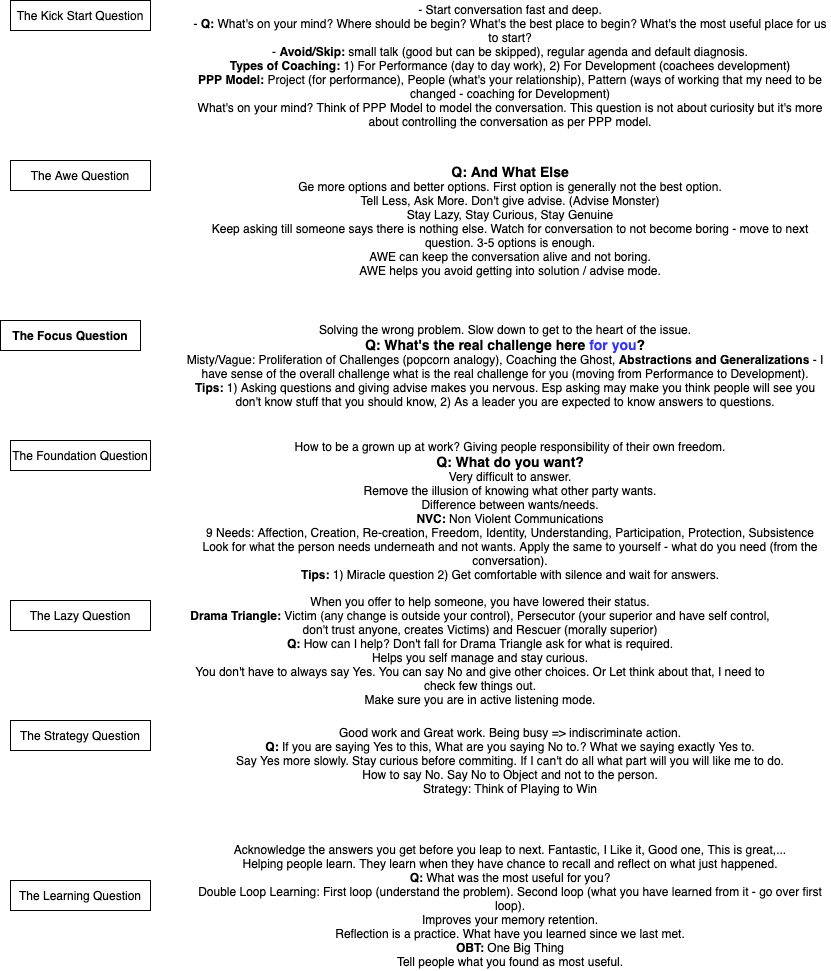
This is coaching/coaching-habbit.xml.png from s-gurjit/diagrams, a draw.io export, as it was before one commit. Source tidied: cells renumbered, new cells last; positions are measured from the earlier drawing's top-left corner, leaving out a move shared by most shapes.
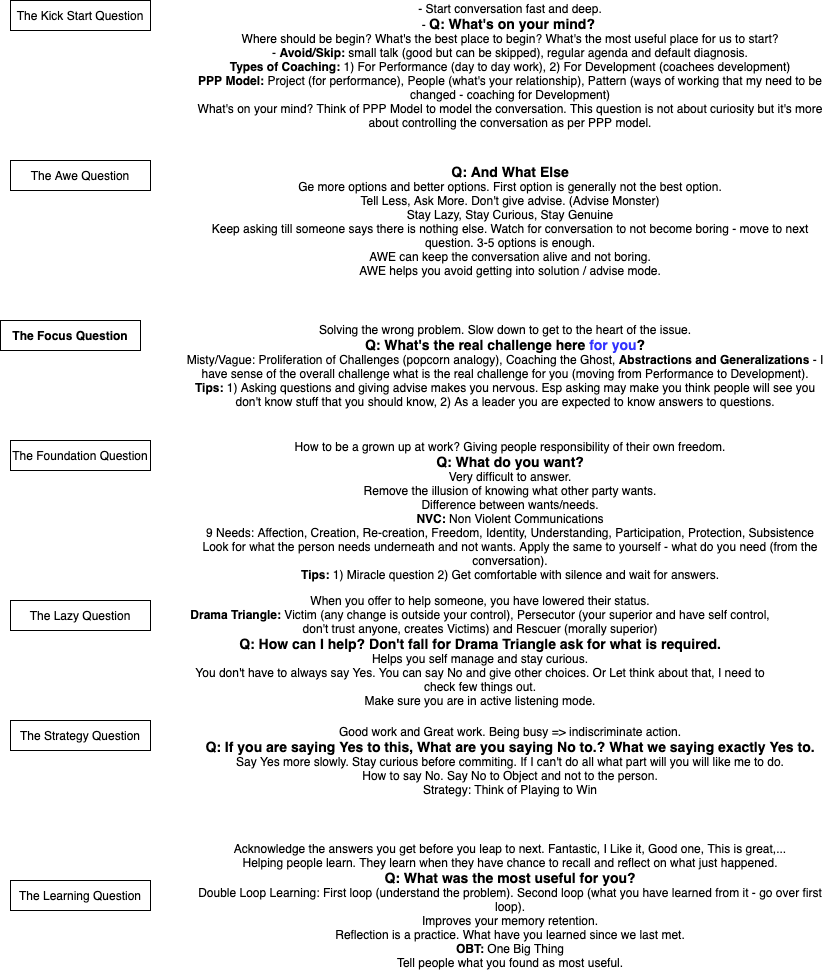
Later version of the same file.

Diff of the diagram source:
```diff
@@ -23,7 +23,7 @@
     <mxCell id="8" value="The Learning Question" style="rounded=0;whiteSpace=wrap;html=1;" parent="1" vertex="1">
       <mxGeometry x="10" y="880" width="140" height="30" as="geometry" />
     </mxCell>
-    <mxCell id="9" value="- Start conversation fast and deep.&lt;br&gt;- &lt;b&gt;Q:&lt;/b&gt;&amp;nbsp;What's on your mind? Where should be begin? What's the best place to begin? What's the most useful place for us to start?&lt;br&gt;- &lt;b&gt;Avoid/Skip: &lt;/b&gt;small talk (good but can be skipped), regular agenda and default diagnosis.&lt;br&gt;&lt;b&gt;Types of Coaching: &lt;/b&gt;1) For Performance (day to day work), 2) For Development (coachees development)&lt;br&gt;&lt;b&gt;PPP Model:&lt;/b&gt;&amp;nbsp;Project (for performance), People (what's your relationship), Pattern (ways of working that my need to be changed - coaching for Development)&lt;br&gt;What's on your mind? Think of PPP Model to model the conversation. This question is not about curiosity but it's more about controlling the conversation as per PPP model." style="text;html=1;strokeColor=none;fillColor=none;align=center;verticalAlign=middle;whiteSpace=wrap;rounded=0;" parent="1" vertex="1">
+    <mxCell id="9" value="- Start conversation fast and deep.&lt;br&gt;- &lt;b style=&quot;font-size: 14px&quot;&gt;Q:&amp;nbsp;What's on your mind?&lt;/b&gt; &lt;br&gt;Where should be begin? What's the best place to begin? What's the most useful place for us to start?&lt;br&gt;- &lt;b&gt;Avoid/Skip: &lt;/b&gt;small talk (good but can be skipped), regular agenda and default diagnosis.&lt;br&gt;&lt;b&gt;Types of Coaching: &lt;/b&gt;1) For Performance (day to day work), 2) For Development (coachees development)&lt;br&gt;&lt;b&gt;PPP Model:&lt;/b&gt;&amp;nbsp;Project (for performance), People (what's your relationship), Pattern (ways of working that my need to be changed - coaching for Development)&lt;br&gt;What's on your mind? Think of PPP Model to model the conversation. This question is not about curiosity but it's more about controlling the conversation as per PPP model." style="text;html=1;strokeColor=none;fillColor=none;align=center;verticalAlign=middle;whiteSpace=wrap;rounded=0;" parent="1" vertex="1">
       <mxGeometry x="190" width="640" height="130" as="geometry" />
     </mxCell>
     <mxCell id="10" value="&lt;font style=&quot;font-size: 14px&quot;&gt;&lt;b&gt;Q:&lt;/b&gt;&amp;nbsp;&lt;/font&gt;&lt;b&gt;&lt;font style=&quot;font-size: 14px&quot;&gt;And What Else&lt;/font&gt;&lt;/b&gt;&lt;br&gt;Ge more options and better options. First option is generally not the best option.&lt;br&gt;Tell Less, Ask More. Don't give advise. (Advise Monster)&lt;br&gt;Stay Lazy, Stay Curious, Stay Genuine&lt;br&gt;Keep asking till someone says there is nothing else. Watch for conversation to not become boring - move to next question. 3-5 options is enough.&lt;br&gt;AWE can keep the conversation alive and not boring.&lt;br&gt;AWE helps you avoid getting into solution / advise mode." style="text;html=1;strokeColor=none;fillColor=none;align=center;verticalAlign=middle;whiteSpace=wrap;rounded=0;" parent="1" vertex="1">
@@ -35,13 +35,13 @@
     <mxCell id="12" value="How to be a grown up at work? Giving people responsibility of their own freedom.&lt;br&gt;&lt;b style=&quot;font-size: 14px&quot;&gt;Q: What do you want?&lt;/b&gt;&lt;br&gt;Very difficult to answer.&lt;br&gt;Remove the illusion of knowing what other party wants.&lt;br&gt;Difference between wants/needs.&lt;br&gt;&lt;b&gt;NVC:&lt;/b&gt;&amp;nbsp;Non Violent Communications&lt;br&gt;9 Needs: Affection, Creation, Re-creation, Freedom, Identity, Understanding, Participation, Protection, Subsistence&lt;br&gt;Look for what the person needs underneath and not wants. Apply the same to yourself - what do you need (from the conversation).&lt;br&gt;&lt;b&gt;Tips:&lt;/b&gt;&amp;nbsp;1) Miracle question 2) Get comfortable with silence and wait for answers." style="text;html=1;strokeColor=none;fillColor=none;align=center;verticalAlign=middle;whiteSpace=wrap;rounded=0;" parent="1" vertex="1">
       <mxGeometry x="190" y="440" width="640" height="140" as="geometry" />
     </mxCell>
-    <mxCell id="13" value="When you offer to help someone, you have lowered their status.&lt;br&gt;&lt;b&gt;Drama Triangle:&amp;nbsp;&lt;/b&gt;Victim (any change is outside your control), Persecutor (your superior and have self control, don't trust anyone, creates Victims) and Rescuer (morally superior)&lt;br&gt;&lt;b&gt;Q: &lt;/b&gt;How can I help? Don't fall for Drama Triangle ask for what is required.&lt;br&gt;Helps you self manage and stay curious.&lt;br&gt;You don't have to always say Yes. You can say No and give other choices. Or Let think about that, I need to check few things out.&lt;br&gt;Make sure you are in active listening mode." style="text;html=1;strokeColor=none;fillColor=none;align=center;verticalAlign=middle;whiteSpace=wrap;rounded=0;" parent="1" vertex="1">
+    <mxCell id="13" value="When you offer to help someone, you have lowered their status.&lt;br&gt;&lt;b&gt;Drama Triangle:&amp;nbsp;&lt;/b&gt;Victim (any change is outside your control), Persecutor (your superior and have self control, don't trust anyone, creates Victims) and Rescuer (morally superior)&lt;br&gt;&lt;b style=&quot;font-size: 14px&quot;&gt;Q: How can I help? Don't fall for Drama Triangle ask for what is required.&lt;/b&gt;&lt;br&gt;Helps you self manage and stay curious.&lt;br&gt;You don't have to always say Yes. You can say No and give other choices. Or Let think about that, I need to check few things out.&lt;br&gt;Make sure you are in active listening mode." style="text;html=1;strokeColor=none;fillColor=none;align=center;verticalAlign=middle;whiteSpace=wrap;rounded=0;" parent="1" vertex="1">
       <mxGeometry x="180" y="600" width="600" height="100" as="geometry" />
     </mxCell>
-    <mxCell id="14" value="Good work and Great work. Being busy =&amp;gt; indiscriminate action.&lt;br&gt;&lt;b&gt;Q: &lt;/b&gt;If you are saying Yes to this, What are you saying No to.? What we saying exactly Yes to.&lt;br&gt;Say Yes more slowly. Stay curious before commiting. If I can't do all what part will you will like me to do.&lt;br&gt;How to say No. Say No to Object and not to the person.&lt;br&gt;Strategy: Think of Playing to Win" style="text;html=1;strokeColor=none;fillColor=none;align=center;verticalAlign=middle;whiteSpace=wrap;rounded=0;" parent="1" vertex="1">
+    <mxCell id="14" value="Good work and Great work. Being busy =&amp;gt; indiscriminate action.&lt;br&gt;&lt;b style=&quot;font-size: 14px&quot;&gt;Q: If you are saying Yes to this, What are you saying No to.? What we saying exactly Yes to.&lt;/b&gt;&lt;br&gt;Say Yes more slowly. Stay curious before commiting. If I can't do all what part will you will like me to do.&lt;br&gt;How to say No. Say No to Object and not to the person.&lt;br&gt;Strategy: Think of Playing to Win" style="text;html=1;strokeColor=none;fillColor=none;align=center;verticalAlign=middle;whiteSpace=wrap;rounded=0;" parent="1" vertex="1">
       <mxGeometry x="190" y="720" width="640" height="80" as="geometry" />
     </mxCell>
-    <mxCell id="15" value="Acknowledge the answers you get before you leap to next. Fantastic, I Like it, Good one, This is great,...&lt;br&gt;Helping people learn. They learn when they have chance to recall and reflect on what just happened.&lt;br&gt;&lt;b&gt;Q:&lt;/b&gt;&amp;nbsp;What was the most useful for you?&lt;br&gt;Double Loop Learning: First loop (understand the problem). Second loop (what you have learned from it - go over first loop).&lt;br&gt;Improves your memory retention.&lt;br&gt;Reflection is a practice. What have you learned since we last met.&lt;br&gt;&lt;b&gt;OBT:&lt;/b&gt;&amp;nbsp;One Big Thing&lt;br&gt;Tell people what you found as most useful." style="text;html=1;strokeColor=none;fillColor=none;align=center;verticalAlign=middle;whiteSpace=wrap;rounded=0;" parent="1" vertex="1">
+    <mxCell id="15" value="Acknowledge the answers you get before you leap to next. Fantastic, I Like it, Good one, This is great,...&lt;br&gt;Helping people learn. They learn when they have chance to recall and reflect on what just happened.&lt;br&gt;&lt;b style=&quot;font-size: 14px&quot;&gt;Q:&amp;nbsp;What was the most useful for you?&lt;/b&gt;&lt;br&gt;Double Loop Learning: First loop (understand the problem). Second loop (what you have learned from it - go over first loop).&lt;br&gt;Improves your memory retention.&lt;br&gt;Reflection is a practice. What have you learned since we last met.&lt;br&gt;&lt;b&gt;OBT:&lt;/b&gt;&amp;nbsp;One Big Thing&lt;br&gt;Tell people what you found as most useful." style="text;html=1;strokeColor=none;fillColor=none;align=center;verticalAlign=middle;whiteSpace=wrap;rounded=0;" parent="1" vertex="1">
       <mxGeometry x="190" y="840" width="640" height="130" as="geometry" />
     </mxCell>
   </root>
```
